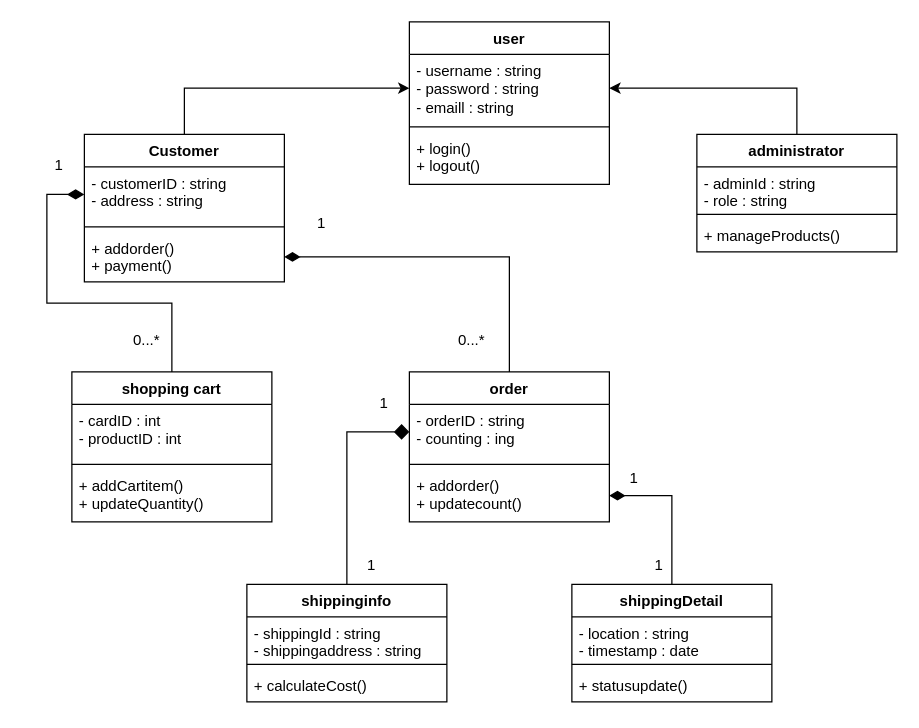
The draw.io diagram class Diagram.drawio in zN0NaMEz/zNONaMEz-github.io, before the edit. Source tidied: cells renumbered, new cells numbered last; positions are measured from the earlier drawing's top-left corner, leaving out a move shared by most shapes. Both pictures are drawn from the tidied source at 125%, with x=0, y=0 at pixel (21, 21).
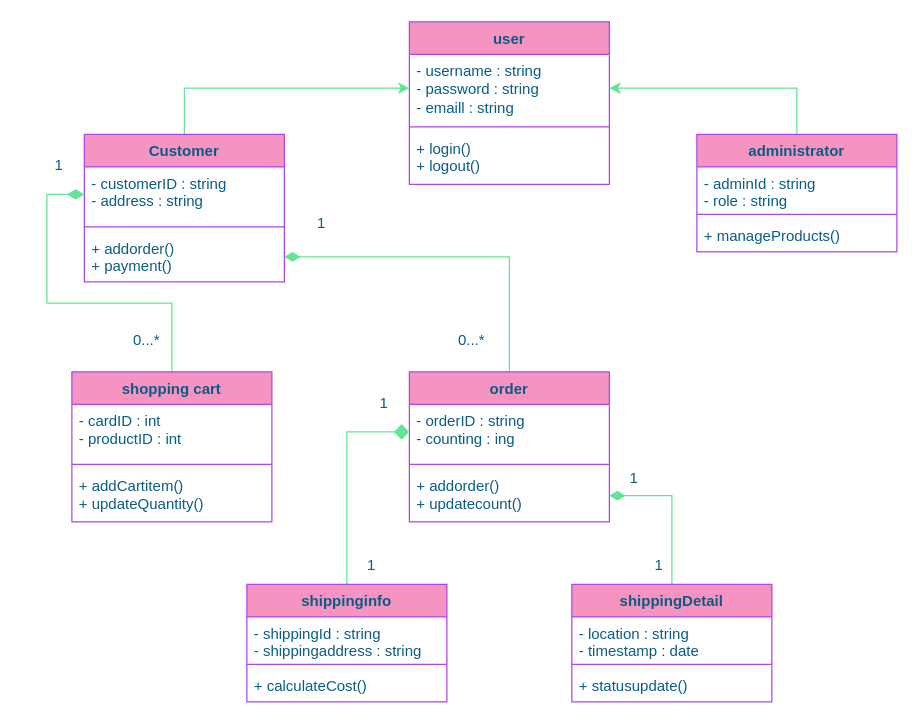
The same diagram, later.

The edit, as a diff of the source:
```diff
@@
-    <mxCell id="2" style="edgeStyle=orthogonalEdgeStyle;rounded=0;jettySize=auto;html=1;exitX=0.5;exitY=0;exitDx=0;exitDy=0;entryX=0;entryY=0.5;entryDx=0;entryDy=0;" parent="1" edge="1" source="3" target="8">
+    <mxCell id="2" style="edgeStyle=orthogonalEdgeStyle;rounded=0;jettySize=auto;html=1;exitX=0.5;exitY=0;exitDx=0;exitDy=0;entryX=0;entryY=0.5;entryDx=0;entryDy=0;labelBackgroundColor=none;fontColor=default;strokeColor=#60E696;" parent="1" edge="1" source="3" target="8">
       <mxGeometry relative="1" as="geometry" />
     </mxCell>
-    <mxCell id="3" value="Customer" style="swimlane;fontStyle=1;align=center;verticalAlign=top;horizontal=1;startSize=26;whiteSpace=wrap;html=1;" parent="1" vertex="1">
+    <mxCell id="3" value="Customer" style="swimlane;fontStyle=1;align=center;verticalAlign=top;horizontal=1;startSize=26;whiteSpace=wrap;html=1;labelBackgroundColor=none;fillColor=#F694C1;strokeColor=#AF45ED;fontColor=#095C86;" parent="1" vertex="1">
       <mxGeometry x="50" y="90" width="160" height="118" as="geometry" />
     </mxCell>
-    <mxCell id="4" value="- customerID : string&lt;div&gt;- address : string&lt;/div&gt;" style="text;strokeColor=none;fillColor=none;align=left;verticalAlign=top;spacingLeft=4;spacingRight=4;overflow=hidden;points=[[0,0.5],[1,0.5]];portConstraint=eastwest;whiteSpace=wrap;html=1;" parent="3" vertex="1">
+    <mxCell id="4" value="- customerID : string&lt;div&gt;- address : string&lt;/div&gt;" style="text;strokeColor=none;fillColor=none;align=left;verticalAlign=top;spacingLeft=4;spacingRight=4;overflow=hidden;points=[[0,0.5],[1,0.5]];portConstraint=eastwest;whiteSpace=wrap;html=1;labelBackgroundColor=none;fontColor=#095C86;" parent="3" vertex="1">
       <mxGeometry y="26" width="160" height="44" as="geometry" />
     </mxCell>
-    <mxCell id="5" style="line;strokeWidth=1;fillColor=none;align=left;verticalAlign=middle;spacingTop=-1;spacingLeft=3;spacingRight=3;labelPosition=right;strokeColor=inherit;" parent="3" vertex="1">
+    <mxCell id="5" style="line;strokeWidth=1;fillColor=none;align=left;verticalAlign=middle;spacingTop=-1;spacingLeft=3;spacingRight=3;labelPosition=right;labelBackgroundColor=none;strokeColor=#AF45ED;fontColor=#095C86;" parent="3" vertex="1">
       <mxGeometry y="70" width="160" height="8" as="geometry" />
     </mxCell>
-    <mxCell id="6" value="+ addorder()&lt;div&gt;+ payment()&lt;/div&gt;" style="text;strokeColor=none;fillColor=none;align=left;verticalAlign=top;spacingLeft=4;spacingRight=4;overflow=hidden;points=[[0,0.5],[1,0.5]];portConstraint=eastwest;whiteSpace=wrap;html=1;" parent="3" vertex="1">
+    <mxCell id="6" value="+ addorder()&lt;div&gt;+ payment()&lt;/div&gt;" style="text;strokeColor=none;fillColor=none;align=left;verticalAlign=top;spacingLeft=4;spacingRight=4;overflow=hidden;points=[[0,0.5],[1,0.5]];portConstraint=eastwest;whiteSpace=wrap;html=1;labelBackgroundColor=none;fontColor=#095C86;" parent="3" vertex="1">
       <mxGeometry y="78" width="160" height="40" as="geometry" />
     </mxCell>
-    <mxCell id="7" value="user" style="swimlane;fontStyle=1;align=center;verticalAlign=top;horizontal=1;startSize=26;whiteSpace=wrap;html=1;" parent="1" vertex="1">
+    <mxCell id="7" value="user" style="swimlane;fontStyle=1;align=center;verticalAlign=top;horizontal=1;startSize=26;whiteSpace=wrap;html=1;labelBackgroundColor=none;fillColor=#F694C1;strokeColor=#AF45ED;fontColor=#095C86;" parent="1" vertex="1">
       <mxGeometry x="310" width="160" height="130" as="geometry" />
     </mxCell>
-    <mxCell id="8" value="- username : string&lt;div&gt;- password : string&lt;/div&gt;&lt;div&gt;- emaill : string&lt;/div&gt;" style="text;strokeColor=none;fillColor=none;align=left;verticalAlign=top;spacingLeft=4;spacingRight=4;overflow=hidden;points=[[0,0.5],[1,0.5]];portConstraint=eastwest;whiteSpace=wrap;html=1;" parent="7" vertex="1">
+    <mxCell id="8" value="- username : string&lt;div&gt;- password : string&lt;/div&gt;&lt;div&gt;- emaill : string&lt;/div&gt;" style="text;strokeColor=none;fillColor=none;align=left;verticalAlign=top;spacingLeft=4;spacingRight=4;overflow=hidden;points=[[0,0.5],[1,0.5]];portConstraint=eastwest;whiteSpace=wrap;html=1;labelBackgroundColor=none;fontColor=#095C86;" parent="7" vertex="1">
       <mxGeometry y="26" width="160" height="54" as="geometry" />
     </mxCell>
-    <mxCell id="9" style="line;strokeWidth=1;fillColor=none;align=left;verticalAlign=middle;spacingTop=-1;spacingLeft=3;spacingRight=3;labelPosition=right;strokeColor=inherit;" parent="7" vertex="1">
+    <mxCell id="9" style="line;strokeWidth=1;fillColor=none;align=left;verticalAlign=middle;spacingTop=-1;spacingLeft=3;spacingRight=3;labelPosition=right;labelBackgroundColor=none;strokeColor=#AF45ED;fontColor=#095C86;" parent="7" vertex="1">
       <mxGeometry y="80" width="160" height="8" as="geometry" />
     </mxCell>
-    <mxCell id="10" value="+ login()&lt;div&gt;+ logout()&lt;/div&gt;" style="text;strokeColor=none;fillColor=none;align=left;verticalAlign=top;spacingLeft=4;spacingRight=4;overflow=hidden;whiteSpace=wrap;html=1;" parent="7" vertex="1">
+    <mxCell id="10" value="+ login()&lt;div&gt;+ logout()&lt;/div&gt;" style="text;strokeColor=none;fillColor=none;align=left;verticalAlign=top;spacingLeft=4;spacingRight=4;overflow=hidden;whiteSpace=wrap;html=1;labelBackgroundColor=none;fontColor=#095C86;" parent="7" vertex="1">
       <mxGeometry y="88" width="160" height="42" as="geometry" />
     </mxCell>
-    <mxCell id="11" style="edgeStyle=orthogonalEdgeStyle;rounded=0;jettySize=auto;html=1;exitX=0.5;exitY=0;exitDx=0;exitDy=0;entryX=1;entryY=0.5;entryDx=0;entryDy=0;" parent="1" edge="1" source="12" target="8">
+    <mxCell id="11" style="edgeStyle=orthogonalEdgeStyle;rounded=0;jettySize=auto;html=1;exitX=0.5;exitY=0;exitDx=0;exitDy=0;entryX=1;entryY=0.5;entryDx=0;entryDy=0;labelBackgroundColor=none;fontColor=default;strokeColor=#60E696;" parent="1" edge="1" source="12" target="8">
       <mxGeometry relative="1" as="geometry" />
     </mxCell>
-    <mxCell id="12" value="administrator" style="swimlane;fontStyle=1;align=center;verticalAlign=top;horizontal=1;startSize=26;whiteSpace=wrap;html=1;" parent="1" vertex="1">
+    <mxCell id="12" value="administrator" style="swimlane;fontStyle=1;align=center;verticalAlign=top;horizontal=1;startSize=26;whiteSpace=wrap;html=1;labelBackgroundColor=none;fillColor=#F694C1;strokeColor=#AF45ED;fontColor=#095C86;" parent="1" vertex="1">
       <mxGeometry x="540" y="90" width="160" height="94" as="geometry" />
     </mxCell>
-    <mxCell id="13" value="-&amp;nbsp;adminId : string&lt;div&gt;- role : string&lt;/div&gt;" style="text;strokeColor=none;fillColor=none;align=left;verticalAlign=top;spacingLeft=4;spacingRight=4;overflow=hidden;whiteSpace=wrap;html=1;" parent="12" vertex="1">
+    <mxCell id="13" value="-&amp;nbsp;adminId : string&lt;div&gt;- role : string&lt;/div&gt;" style="text;strokeColor=none;fillColor=none;align=left;verticalAlign=top;spacingLeft=4;spacingRight=4;overflow=hidden;whiteSpace=wrap;html=1;labelBackgroundColor=none;fontColor=#095C86;" parent="12" vertex="1">
       <mxGeometry y="26" width="160" height="34" as="geometry" />
     </mxCell>
-    <mxCell id="14" style="line;strokeWidth=1;fillColor=none;align=left;verticalAlign=middle;spacingTop=-1;spacingLeft=3;spacingRight=3;labelPosition=right;strokeColor=inherit;" parent="12" vertex="1">
+    <mxCell id="14" style="line;strokeWidth=1;fillColor=none;align=left;verticalAlign=middle;spacingTop=-1;spacingLeft=3;spacingRight=3;labelPosition=right;labelBackgroundColor=none;strokeColor=#AF45ED;fontColor=#095C86;" parent="12" vertex="1">
       <mxGeometry y="60" width="160" height="8" as="geometry" />
     </mxCell>
-    <mxCell id="15" value="+&amp;nbsp;manageProducts()" style="text;strokeColor=none;fillColor=none;align=left;verticalAlign=top;spacingLeft=4;spacingRight=4;overflow=hidden;whiteSpace=wrap;html=1;" parent="12" vertex="1">
+    <mxCell id="15" value="+&amp;nbsp;manageProducts()" style="text;strokeColor=none;fillColor=none;align=left;verticalAlign=top;spacingLeft=4;spacingRight=4;overflow=hidden;whiteSpace=wrap;html=1;labelBackgroundColor=none;fontColor=#095C86;" parent="12" vertex="1">
       <mxGeometry y="68" width="160" height="26" as="geometry" />
     </mxCell>
-    <mxCell id="16" style="edgeStyle=orthogonalEdgeStyle;rounded=0;jettySize=auto;html=1;exitX=0.5;exitY=0;exitDx=0;exitDy=0;endArrow=diamondThin;endFill=1;endSize=11;" parent="1" edge="1" source="17" target="4">
+    <mxCell id="16" style="edgeStyle=orthogonalEdgeStyle;rounded=0;jettySize=auto;html=1;exitX=0.5;exitY=0;exitDx=0;exitDy=0;endArrow=diamondThin;endFill=1;endSize=11;labelBackgroundColor=none;fontColor=default;strokeColor=#60E696;" parent="1" edge="1" source="17" target="4">
       <mxGeometry relative="1" as="geometry" />
     </mxCell>
-    <mxCell id="17" value="shopping cart" style="swimlane;fontStyle=1;align=center;verticalAlign=top;horizontal=1;startSize=26;whiteSpace=wrap;html=1;" parent="1" vertex="1">
+    <mxCell id="17" value="shopping cart" style="swimlane;fontStyle=1;align=center;verticalAlign=top;horizontal=1;startSize=26;whiteSpace=wrap;html=1;labelBackgroundColor=none;fillColor=#F694C1;strokeColor=#AF45ED;fontColor=#095C86;" parent="1" vertex="1">
       <mxGeometry x="40" y="280" width="160" height="120" as="geometry" />
     </mxCell>
-    <mxCell id="18" value="- cardID : int&lt;div&gt;- productID : int&lt;/div&gt;" style="text;strokeColor=none;fillColor=none;align=left;verticalAlign=top;spacingLeft=4;spacingRight=4;overflow=hidden;whiteSpace=wrap;html=1;" parent="17" vertex="1">
+    <mxCell id="18" value="- cardID : int&lt;div&gt;- productID : int&lt;/div&gt;" style="text;strokeColor=none;fillColor=none;align=left;verticalAlign=top;spacingLeft=4;spacingRight=4;overflow=hidden;whiteSpace=wrap;html=1;labelBackgroundColor=none;fontColor=#095C86;" parent="17" vertex="1">
       <mxGeometry y="26" width="160" height="44" as="geometry" />
     </mxCell>
-    <mxCell id="19" style="line;strokeWidth=1;fillColor=none;align=left;verticalAlign=middle;spacingTop=-1;spacingLeft=3;spacingRight=3;labelPosition=right;strokeColor=inherit;" parent="17" vertex="1">
+    <mxCell id="19" style="line;strokeWidth=1;fillColor=none;align=left;verticalAlign=middle;spacingTop=-1;spacingLeft=3;spacingRight=3;labelPosition=right;labelBackgroundColor=none;strokeColor=#AF45ED;fontColor=#095C86;" parent="17" vertex="1">
       <mxGeometry y="70" width="160" height="8" as="geometry" />
     </mxCell>
-    <mxCell id="20" value="+ addCartitem()&lt;div&gt;+ updateQuantity()&lt;/div&gt;" style="text;strokeColor=none;fillColor=none;align=left;verticalAlign=top;spacingLeft=4;spacingRight=4;overflow=hidden;whiteSpace=wrap;html=1;" parent="17" vertex="1">
+    <mxCell id="20" value="+ addCartitem()&lt;div&gt;+ updateQuantity()&lt;/div&gt;" style="text;strokeColor=none;fillColor=none;align=left;verticalAlign=top;spacingLeft=4;spacingRight=4;overflow=hidden;whiteSpace=wrap;html=1;labelBackgroundColor=none;fontColor=#095C86;" parent="17" vertex="1">
       <mxGeometry y="78" width="160" height="42" as="geometry" />
     </mxCell>
-    <mxCell id="21" style="edgeStyle=orthogonalEdgeStyle;rounded=0;jettySize=auto;html=1;exitX=0.5;exitY=0;exitDx=0;exitDy=0;entryX=1;entryY=0.5;entryDx=0;entryDy=0;endArrow=diamondThin;endFill=1;strokeWidth=1;endSize=10;startArrow=none;startFill=0;startSize=10;" parent="1" edge="1" source="22" target="6">
+    <mxCell id="21" style="edgeStyle=orthogonalEdgeStyle;rounded=0;jettySize=auto;html=1;exitX=0.5;exitY=0;exitDx=0;exitDy=0;entryX=1;entryY=0.5;entryDx=0;entryDy=0;endArrow=diamondThin;endFill=1;strokeWidth=1;endSize=10;startArrow=none;startFill=0;startSize=10;labelBackgroundColor=none;fontColor=default;strokeColor=#60E696;" parent="1" edge="1" source="22" target="6">
       <mxGeometry relative="1" as="geometry" />
     </mxCell>
-    <mxCell id="22" value="order" style="swimlane;fontStyle=1;align=center;verticalAlign=top;horizontal=1;startSize=26;whiteSpace=wrap;html=1;" parent="1" vertex="1">
+    <mxCell id="22" value="order" style="swimlane;fontStyle=1;align=center;verticalAlign=top;horizontal=1;startSize=26;whiteSpace=wrap;html=1;labelBackgroundColor=none;fillColor=#F694C1;strokeColor=#AF45ED;fontColor=#095C86;" parent="1" vertex="1">
       <mxGeometry x="310" y="280" width="160" height="120" as="geometry" />
     </mxCell>
-    <mxCell id="23" value="- orderID : string&lt;div&gt;- counting : ing&lt;/div&gt;" style="text;strokeColor=none;fillColor=none;align=left;verticalAlign=top;spacingLeft=4;spacingRight=4;overflow=hidden;points=[[0,0.5],[1,0.5]];portConstraint=eastwest;whiteSpace=wrap;html=1;" parent="22" vertex="1">
+    <mxCell id="23" value="- orderID : string&lt;div&gt;- counting : ing&lt;/div&gt;" style="text;strokeColor=none;fillColor=none;align=left;verticalAlign=top;spacingLeft=4;spacingRight=4;overflow=hidden;points=[[0,0.5],[1,0.5]];portConstraint=eastwest;whiteSpace=wrap;html=1;labelBackgroundColor=none;fontColor=#095C86;" parent="22" vertex="1">
       <mxGeometry y="26" width="160" height="44" as="geometry" />
     </mxCell>
-    <mxCell id="24" style="line;strokeWidth=1;fillColor=none;align=left;verticalAlign=middle;spacingTop=-1;spacingLeft=3;spacingRight=3;labelPosition=right;strokeColor=inherit;" parent="22" vertex="1">
+    <mxCell id="24" style="line;strokeWidth=1;fillColor=none;align=left;verticalAlign=middle;spacingTop=-1;spacingLeft=3;spacingRight=3;labelPosition=right;labelBackgroundColor=none;strokeColor=#AF45ED;fontColor=#095C86;" parent="22" vertex="1">
       <mxGeometry y="70" width="160" height="8" as="geometry" />
     </mxCell>
-    <mxCell id="25" value="+ addorder()&lt;div&gt;+ updatecount()&lt;/div&gt;" style="text;strokeColor=none;fillColor=none;align=left;verticalAlign=top;spacingLeft=4;spacingRight=4;overflow=hidden;points=[[0,0.5],[1,0.5]];portConstraint=eastwest;whiteSpace=wrap;html=1;" parent="22" vertex="1">
+    <mxCell id="25" value="+ addorder()&lt;div&gt;+ updatecount()&lt;/div&gt;" style="text;strokeColor=none;fillColor=none;align=left;verticalAlign=top;spacingLeft=4;spacingRight=4;overflow=hidden;points=[[0,0.5],[1,0.5]];portConstraint=eastwest;whiteSpace=wrap;html=1;labelBackgroundColor=none;fontColor=#095C86;" parent="22" vertex="1">
       <mxGeometry y="78" width="160" height="42" as="geometry" />
     </mxCell>
-    <mxCell id="26" style="edgeStyle=orthogonalEdgeStyle;rounded=0;jettySize=auto;html=1;exitX=0.5;exitY=0;exitDx=0;exitDy=0;entryX=0;entryY=0.5;entryDx=0;entryDy=0;endArrow=diamond;endFill=1;endSize=10;" parent="1" edge="1" source="27" target="23">
+    <mxCell id="26" style="edgeStyle=orthogonalEdgeStyle;rounded=0;jettySize=auto;html=1;exitX=0.5;exitY=0;exitDx=0;exitDy=0;entryX=0;entryY=0.5;entryDx=0;entryDy=0;endArrow=diamond;endFill=1;endSize=10;labelBackgroundColor=none;fontColor=default;strokeColor=#60E696;" parent="1" edge="1" source="27" target="23">
       <mxGeometry relative="1" as="geometry" />
     </mxCell>
-    <mxCell id="27" value="shippinginfo" style="swimlane;fontStyle=1;align=center;verticalAlign=top;horizontal=1;startSize=26;whiteSpace=wrap;html=1;" parent="1" vertex="1">
+    <mxCell id="27" value="shippinginfo" style="swimlane;fontStyle=1;align=center;verticalAlign=top;horizontal=1;startSize=26;whiteSpace=wrap;html=1;labelBackgroundColor=none;fillColor=#F694C1;strokeColor=#AF45ED;fontColor=#095C86;" parent="1" vertex="1">
       <mxGeometry x="180" y="450" width="160" height="94" as="geometry" />
     </mxCell>
-    <mxCell id="28" value="-&amp;nbsp;shippingId : string&lt;div&gt;-&amp;nbsp;shippingaddress : string&lt;/div&gt;" style="text;strokeColor=none;fillColor=none;align=left;verticalAlign=top;spacingLeft=4;spacingRight=4;overflow=hidden;whiteSpace=wrap;html=1;" parent="27" vertex="1">
+    <mxCell id="28" value="-&amp;nbsp;shippingId : string&lt;div&gt;-&amp;nbsp;shippingaddress : string&lt;/div&gt;" style="text;strokeColor=none;fillColor=none;align=left;verticalAlign=top;spacingLeft=4;spacingRight=4;overflow=hidden;whiteSpace=wrap;html=1;labelBackgroundColor=none;fontColor=#095C86;" parent="27" vertex="1">
       <mxGeometry y="26" width="160" height="34" as="geometry" />
     </mxCell>
-    <mxCell id="29" style="line;strokeWidth=1;fillColor=none;align=left;verticalAlign=middle;spacingTop=-1;spacingLeft=3;spacingRight=3;labelPosition=right;strokeColor=inherit;" parent="27" vertex="1">
+    <mxCell id="29" style="line;strokeWidth=1;fillColor=none;align=left;verticalAlign=middle;spacingTop=-1;spacingLeft=3;spacingRight=3;labelPosition=right;labelBackgroundColor=none;strokeColor=#AF45ED;fontColor=#095C86;" parent="27" vertex="1">
       <mxGeometry y="60" width="160" height="8" as="geometry" />
     </mxCell>
-    <mxCell id="30" value="+ calculateCost()" style="text;strokeColor=none;fillColor=none;align=left;verticalAlign=top;spacingLeft=4;spacingRight=4;overflow=hidden;whiteSpace=wrap;html=1;" parent="27" vertex="1">
+    <mxCell id="30" value="+ calculateCost()" style="text;strokeColor=none;fillColor=none;align=left;verticalAlign=top;spacingLeft=4;spacingRight=4;overflow=hidden;whiteSpace=wrap;html=1;labelBackgroundColor=none;fontColor=#095C86;" parent="27" vertex="1">
       <mxGeometry y="68" width="160" height="26" as="geometry" />
     </mxCell>
-    <mxCell id="31" style="edgeStyle=orthogonalEdgeStyle;rounded=0;jettySize=auto;html=1;exitX=0.5;exitY=0;exitDx=0;exitDy=0;entryX=1;entryY=0.5;entryDx=0;entryDy=0;endArrow=diamondThin;endFill=1;endSize=10;" parent="1" edge="1" source="32" target="25">
+    <mxCell id="31" style="edgeStyle=orthogonalEdgeStyle;rounded=0;jettySize=auto;html=1;exitX=0.5;exitY=0;exitDx=0;exitDy=0;entryX=1;entryY=0.5;entryDx=0;entryDy=0;endArrow=diamondThin;endFill=1;endSize=10;labelBackgroundColor=none;fontColor=default;strokeColor=#60E696;" parent="1" edge="1" source="32" target="25">
       <mxGeometry relative="1" as="geometry" />
     </mxCell>
-    <mxCell id="32" value="shippingDetail" style="swimlane;fontStyle=1;align=center;verticalAlign=top;horizontal=1;startSize=26;whiteSpace=wrap;html=1;" parent="1" vertex="1">
+    <mxCell id="32" value="shippingDetail" style="swimlane;fontStyle=1;align=center;verticalAlign=top;horizontal=1;startSize=26;whiteSpace=wrap;html=1;labelBackgroundColor=none;fillColor=#F694C1;strokeColor=#AF45ED;fontColor=#095C86;" parent="1" vertex="1">
       <mxGeometry x="440" y="450" width="160" height="94" as="geometry" />
     </mxCell>
-    <mxCell id="33" value="- location : string&lt;div&gt;- timestamp : date&lt;/div&gt;" style="text;strokeColor=none;fillColor=none;align=left;verticalAlign=top;spacingLeft=4;spacingRight=4;overflow=hidden;whiteSpace=wrap;html=1;" parent="32" vertex="1">
+    <mxCell id="33" value="- location : string&lt;div&gt;- timestamp : date&lt;/div&gt;" style="text;strokeColor=none;fillColor=none;align=left;verticalAlign=top;spacingLeft=4;spacingRight=4;overflow=hidden;whiteSpace=wrap;html=1;labelBackgroundColor=none;fontColor=#095C86;" parent="32" vertex="1">
       <mxGeometry y="26" width="160" height="34" as="geometry" />
     </mxCell>
-    <mxCell id="34" style="line;strokeWidth=1;fillColor=none;align=left;verticalAlign=middle;spacingTop=-1;spacingLeft=3;spacingRight=3;labelPosition=right;strokeColor=inherit;" parent="32" vertex="1">
+    <mxCell id="34" style="line;strokeWidth=1;fillColor=none;align=left;verticalAlign=middle;spacingTop=-1;spacingLeft=3;spacingRight=3;labelPosition=right;labelBackgroundColor=none;strokeColor=#AF45ED;fontColor=#095C86;" parent="32" vertex="1">
       <mxGeometry y="60" width="160" height="8" as="geometry" />
     </mxCell>
-    <mxCell id="35" value="+ statusupdate()" style="text;strokeColor=none;fillColor=none;align=left;verticalAlign=top;spacingLeft=4;spacingRight=4;overflow=hidden;whiteSpace=wrap;html=1;" parent="32" vertex="1">
+    <mxCell id="35" value="+ statusupdate()" style="text;strokeColor=none;fillColor=none;align=left;verticalAlign=top;spacingLeft=4;spacingRight=4;overflow=hidden;whiteSpace=wrap;html=1;labelBackgroundColor=none;fontColor=#095C86;" parent="32" vertex="1">
       <mxGeometry y="68" width="160" height="26" as="geometry" />
     </mxCell>
-    <mxCell id="36" value="1" style="text;html=1;whiteSpace=wrap;strokeColor=none;fillColor=none;align=center;verticalAlign=middle;rounded=0;" parent="1" vertex="1">
+    <mxCell id="36" value="1" style="text;html=1;whiteSpace=wrap;strokeColor=none;fillColor=none;align=center;verticalAlign=middle;rounded=0;labelBackgroundColor=none;fontColor=#095C86;" parent="1" vertex="1">
       <mxGeometry y="100" width="60" height="30" as="geometry" />
     </mxCell>
-    <mxCell id="37" value="0...*" style="text;html=1;whiteSpace=wrap;strokeColor=none;fillColor=none;align=center;verticalAlign=middle;rounded=0;" parent="1" vertex="1">
+    <mxCell id="37" value="0...*" style="text;html=1;whiteSpace=wrap;strokeColor=none;fillColor=none;align=center;verticalAlign=middle;rounded=0;labelBackgroundColor=none;fontColor=#095C86;" parent="1" vertex="1">
       <mxGeometry x="70" y="240" width="60" height="30" as="geometry" />
     </mxCell>
-    <mxCell id="38" value="1" style="text;html=1;whiteSpace=wrap;strokeColor=none;fillColor=none;align=center;verticalAlign=middle;rounded=0;" parent="1" vertex="1">
+    <mxCell id="38" value="1" style="text;html=1;whiteSpace=wrap;strokeColor=none;fillColor=none;align=center;verticalAlign=middle;rounded=0;labelBackgroundColor=none;fontColor=#095C86;" parent="1" vertex="1">
       <mxGeometry x="260" y="290" width="60" height="30" as="geometry" />
     </mxCell>
-    <mxCell id="39" value="1" style="text;html=1;whiteSpace=wrap;strokeColor=none;fillColor=none;align=center;verticalAlign=middle;rounded=0;" parent="1" vertex="1">
+    <mxCell id="39" value="1" style="text;html=1;whiteSpace=wrap;strokeColor=none;fillColor=none;align=center;verticalAlign=middle;rounded=0;labelBackgroundColor=none;fontColor=#095C86;" parent="1" vertex="1">
       <mxGeometry x="210" y="146" width="60" height="30" as="geometry" />
     </mxCell>
-    <mxCell id="40" value="0...*" style="text;html=1;whiteSpace=wrap;strokeColor=none;fillColor=none;align=center;verticalAlign=middle;rounded=0;" parent="1" vertex="1">
+    <mxCell id="40" value="0...*" style="text;html=1;whiteSpace=wrap;strokeColor=none;fillColor=none;align=center;verticalAlign=middle;rounded=0;labelBackgroundColor=none;fontColor=#095C86;" parent="1" vertex="1">
       <mxGeometry x="330" y="240" width="60" height="30" as="geometry" />
     </mxCell>
-    <mxCell id="41" value="1" style="text;html=1;whiteSpace=wrap;strokeColor=none;fillColor=none;align=center;verticalAlign=middle;rounded=0;" parent="1" vertex="1">
+    <mxCell id="41" value="1" style="text;html=1;whiteSpace=wrap;strokeColor=none;fillColor=none;align=center;verticalAlign=middle;rounded=0;labelBackgroundColor=none;fontColor=#095C86;" parent="1" vertex="1">
       <mxGeometry x="250" y="420" width="60" height="30" as="geometry" />
     </mxCell>
-    <mxCell id="42" value="1" style="text;html=1;whiteSpace=wrap;strokeColor=none;fillColor=none;align=center;verticalAlign=middle;rounded=0;" parent="1" vertex="1">
+    <mxCell id="42" value="1" style="text;html=1;whiteSpace=wrap;strokeColor=none;fillColor=none;align=center;verticalAlign=middle;rounded=0;labelBackgroundColor=none;fontColor=#095C86;" parent="1" vertex="1">
       <mxGeometry x="480" y="420" width="60" height="30" as="geometry" />
     </mxCell>
-    <mxCell id="43" value="1" style="text;html=1;whiteSpace=wrap;strokeColor=none;fillColor=none;align=center;verticalAlign=middle;rounded=0;" parent="1" vertex="1">
+    <mxCell id="43" value="1" style="text;html=1;whiteSpace=wrap;strokeColor=none;fillColor=none;align=center;verticalAlign=middle;rounded=0;labelBackgroundColor=none;fontColor=#095C86;" parent="1" vertex="1">
       <mxGeometry x="460" y="350" width="60" height="30" as="geometry" />
     </mxCell>
```
